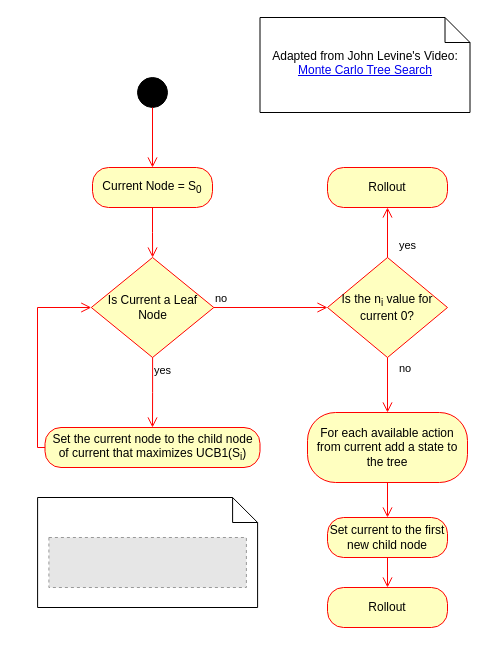
This is page "Algorithm" (3 of 3) of docs/drawio/MonteCarloTreeSearch.drawio from lmsorenson/Sophia-Core-Libraries, a draw.io file, before an edit. Source tidied: cells renumbered, new cells numbered last; positions are measured from the earlier drawing's top-left corner, leaving out a move shared by most shapes. Both pictures are drawn from the tidied source at 100%, with x=0, y=0 at pixel (17, 17). Pictures stored in the file or linked from it are replaced by grey dashed boxes.
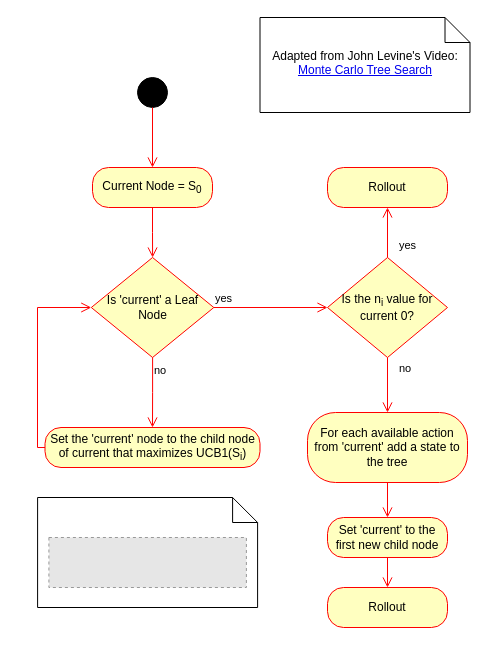
The same page after the edit.

The change refers to these unchanged cells:
```xml
<mxCell id="15" value="Is the n&lt;sub&gt;i&lt;/sub&gt; value for current 0?" style="rhombus;whiteSpace=wrap;html=1;fontColor=#000000;fillColor=#ffffc0;strokeColor=#ff0000;" parent="1" vertex="1">
  <mxGeometry x="310" y="240" width="120" height="100" as="geometry" />
</mxCell>
```

What changed in the source:
```diff
@@
-    <mxCell id="6" value="Is Current a Leaf Node" style="rhombus;whiteSpace=wrap;html=1;fontColor=#000000;fillColor=#ffffc0;strokeColor=#ff0000;" parent="1" vertex="1">
+    <mxCell id="6" value="Is 'current' a Leaf Node" style="rhombus;whiteSpace=wrap;html=1;fontColor=#000000;fillColor=#ffffc0;strokeColor=#ff0000;" parent="1" vertex="1">
       <mxGeometry x="73.8" y="240" width="122.5" height="100" as="geometry" />
     </mxCell>
-    <mxCell id="7" value="no" style="edgeStyle=orthogonalEdgeStyle;html=1;align=left;verticalAlign=bottom;endArrow=open;endSize=8;strokeColor=#ff0000;rounded=0;" parent="1" edge="1" source="6" target="15">
+    <mxCell id="7" value="yes" style="edgeStyle=orthogonalEdgeStyle;html=1;align=left;verticalAlign=bottom;endArrow=open;endSize=8;strokeColor=#ff0000;rounded=0;" parent="1" edge="1" source="6" target="15">
       <mxGeometry x="-1" relative="1" as="geometry" />
     </mxCell>
-    <mxCell id="8" value="yes" style="edgeStyle=orthogonalEdgeStyle;html=1;align=left;verticalAlign=top;endArrow=open;endSize=8;strokeColor=#ff0000;rounded=0;" parent="1" edge="1" source="6" target="9">
+    <mxCell id="8" value="no" style="edgeStyle=orthogonalEdgeStyle;html=1;align=left;verticalAlign=top;endArrow=open;endSize=8;strokeColor=#ff0000;rounded=0;" parent="1" edge="1" source="6" target="9">
       <mxGeometry x="-1" relative="1" as="geometry" />
     </mxCell>
-    <mxCell id="9" value="Set the current node to the child node of current that maximizes UCB1(S&lt;sub&gt;i&lt;/sub&gt;)" style="rounded=1;whiteSpace=wrap;html=1;arcSize=40;fontColor=#000000;fillColor=#ffffc0;strokeColor=#ff0000;" parent="1" vertex="1">
+    <mxCell id="9" value="Set the 'current' node to the child node of current that maximizes UCB1(S&lt;sub&gt;i&lt;/sub&gt;)" style="rounded=1;whiteSpace=wrap;html=1;arcSize=40;fontColor=#000000;fillColor=#ffffc0;strokeColor=#ff0000;" parent="1" vertex="1">
       <mxGeometry x="27.5" y="410" width="215" height="40" as="geometry" />
     </mxCell>
@@
-    <mxCell id="19" value="For each available action from current add a state to the tree" style="rounded=1;whiteSpace=wrap;html=1;arcSize=40;fontColor=#000000;fillColor=#ffffc0;strokeColor=#ff0000;" parent="1" vertex="1">
+    <mxCell id="19" value="For each available action from 'current' add a state to the tree" style="rounded=1;whiteSpace=wrap;html=1;arcSize=40;fontColor=#000000;fillColor=#ffffc0;strokeColor=#ff0000;" parent="1" vertex="1">
       <mxGeometry x="290" y="395" width="160" height="70" as="geometry" />
     </mxCell>
@@
-    <mxCell id="21" value="Set current to the first new child node" style="rounded=1;whiteSpace=wrap;html=1;arcSize=40;fontColor=#000000;fillColor=#ffffc0;strokeColor=#ff0000;" parent="1" vertex="1">
+    <mxCell id="21" value="Set 'current' to the first new child node" style="rounded=1;whiteSpace=wrap;html=1;arcSize=40;fontColor=#000000;fillColor=#ffffc0;strokeColor=#ff0000;" parent="1" vertex="1">
       <mxGeometry x="310" y="500" width="120" height="40" as="geometry" />
     </mxCell>
```
